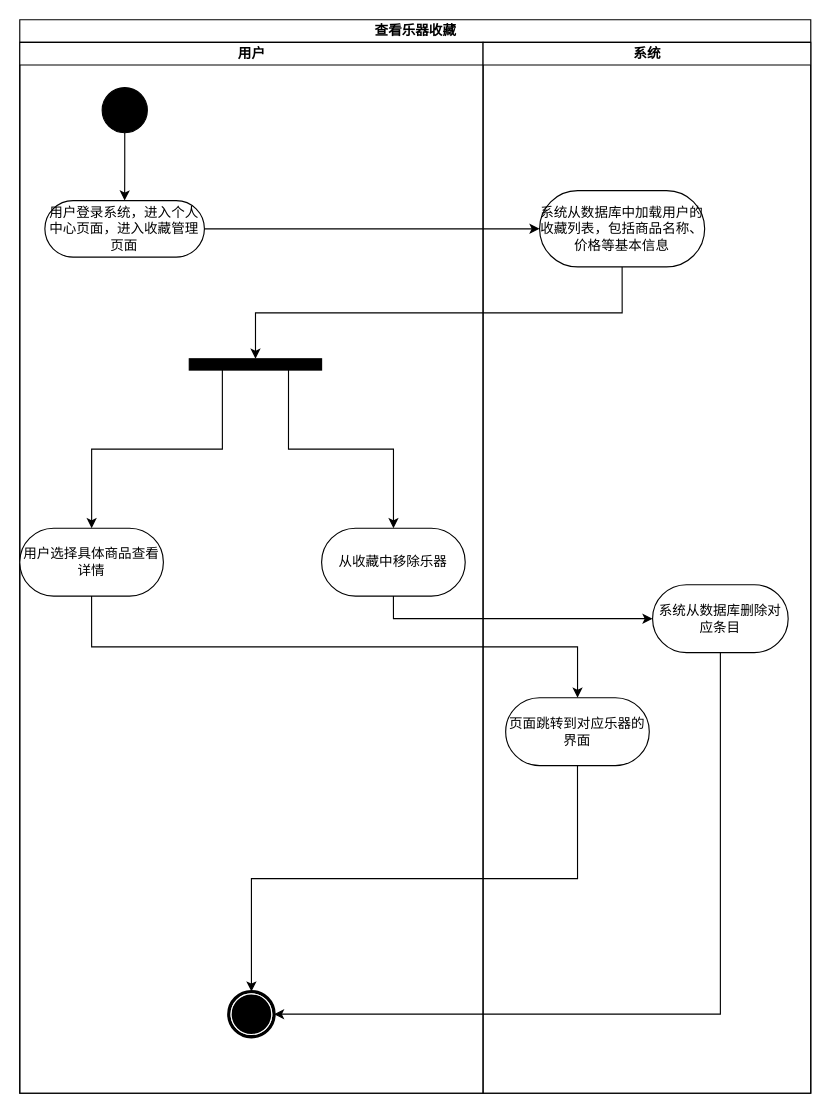
Before: page "功能建模" (1 of 2) of 文档/需求分析规约文档/三种建模/18查看乐器收藏用例建模.drawio in w1ntercube/TJ-SE-Design, a draw.io diagram. Source tidied: cells renumbered, new cells numbered last; positions are measured from the earlier drawing's top-left corner, leaving out a move shared by most shapes. Both pictures are drawn from the tidied source at 113%, with x=0, y=0 at pixel (19, 19).
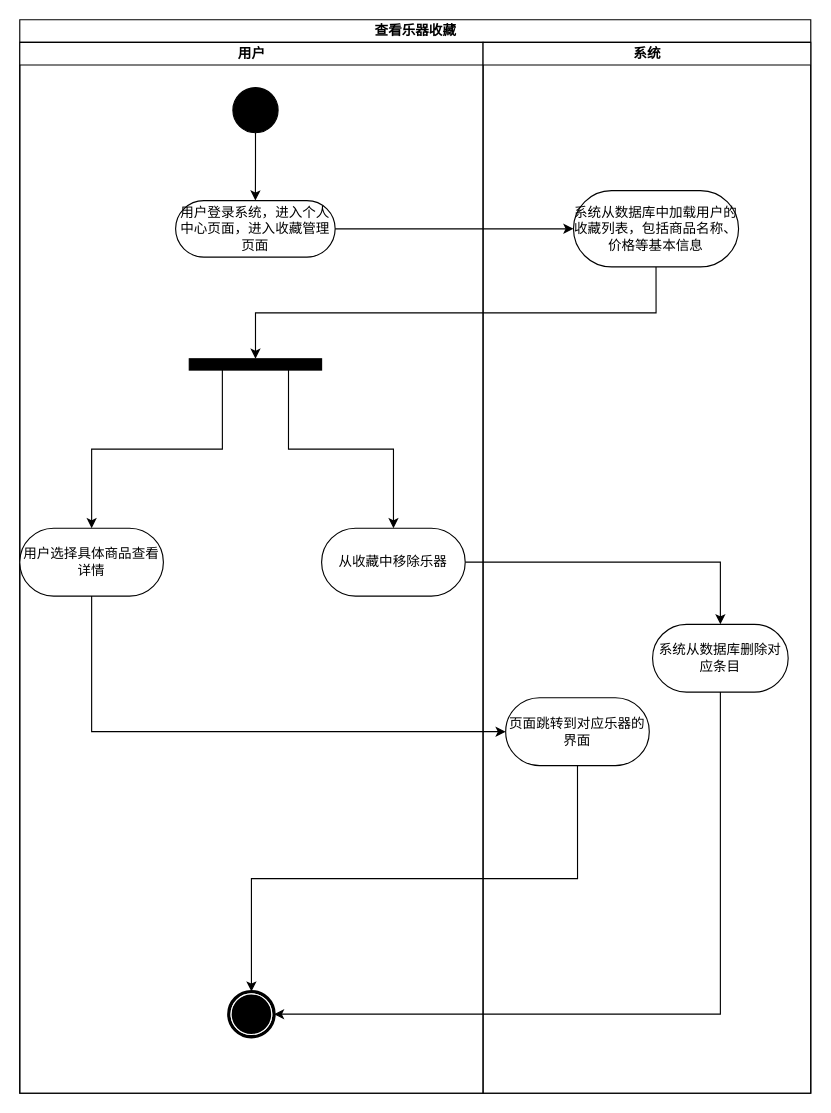
The same page after the edit.

The change refers to these unchanged cells:
```xml
<mxCell id="3" value="用户" style="swimlane;html=1;startSize=20;" parent="2" vertex="1">
  <mxGeometry y="20" width="410" height="930" as="geometry" />
</mxCell>
<mxCell id="7" value="系统" style="swimlane;html=1;startSize=20;" parent="3" vertex="1">
  <mxGeometry x="410" width="290" height="930" as="geometry" />
</mxCell>
<mxCell id="10" value="页面跳转到对应乐器的界面" style="whiteSpace=wrap;html=1;fontFamily=Verdana;rounded=1;shadow=0;comic=0;labelBackgroundColor=none;strokeWidth=1;arcSize=50;" parent="7" vertex="1">
  <mxGeometry x="20" y="580" width="127.1" height="60" as="geometry" />
</mxCell>
<mxCell id="13" value="用户选择具体商品查看详情" style="whiteSpace=wrap;html=1;fontFamily=Verdana;rounded=1;shadow=0;comic=0;labelBackgroundColor=none;strokeWidth=1;arcSize=50;" parent="3" vertex="1">
  <mxGeometry y="430" width="127.1" height="60" as="geometry" />
</mxCell>
<mxCell id="15" value="从收藏中移除乐器" style="whiteSpace=wrap;html=1;fontFamily=Verdana;rounded=1;shadow=0;comic=0;labelBackgroundColor=none;strokeWidth=1;arcSize=50;" parent="3" vertex="1">
  <mxGeometry x="267.1" y="430" width="127.1" height="60" as="geometry" />
</mxCell>
```

Diff of the diagram source:
```diff
@@
     <mxCell id="4" value="用户登录系统，进入个人中心页面，进入收藏管理页面" style="rounded=1;whiteSpace=wrap;html=1;shadow=0;comic=0;labelBackgroundColor=none;strokeWidth=1;fontFamily=Verdana;fontSize=12;align=center;arcSize=50;" parent="3" vertex="1">
-      <mxGeometry x="22.2" y="140" width="141.2" height="50" as="geometry" />
+      <mxGeometry x="137.9" y="140" width="141.2" height="50" as="geometry" />
     </mxCell>
@@
     <mxCell id="6" style="ellipse;whiteSpace=wrap;html=1;rounded=0;shadow=0;comic=0;labelBackgroundColor=none;strokeWidth=1;fillColor=#000000;fontFamily=Verdana;fontSize=12;align=center;" parent="3" vertex="1">
-      <mxGeometry x="72.9" y="40" width="40" height="40" as="geometry" />
+      <mxGeometry x="188.6" y="40" width="40" height="40" as="geometry" />
     </mxCell>
@@
     <mxCell id="8" value="系统从数据库中加载用户的收藏列表，包括商品名称、价格等基本信息" style="whiteSpace=wrap;html=1;fontFamily=Verdana;rounded=1;shadow=0;comic=0;labelBackgroundColor=none;strokeWidth=1;arcSize=50;" parent="7" vertex="1">
-      <mxGeometry x="50" y="131.2" width="146.1" height="67.5" as="geometry" />
+      <mxGeometry x="80" y="131.2" width="146.1" height="67.5" as="geometry" />
     </mxCell>
     <mxCell id="9" value="系统从数据库删除对应条目" style="whiteSpace=wrap;html=1;fontFamily=Verdana;rounded=1;shadow=0;comic=0;labelBackgroundColor=none;strokeWidth=1;arcSize=50;" parent="7" vertex="1">
-      <mxGeometry x="150" y="480" width="120" height="60" as="geometry" />
+      <mxGeometry x="150" y="515" width="120" height="60" as="geometry" />
     </mxCell>
@@
+    <mxCell id="19" style="edgeStyle=orthogonalEdgeStyle;rounded=0;jettySize=auto;html=1;entryX=0;entryY=0.5;entryDx=0;entryDy=0;" parent="3" edge="1" source="13" target="10">
+      <mxGeometry relative="1" as="geometry">
+        <Array as="points">
+          <mxPoint x="64" y="610" />
+        </Array>
+      </mxGeometry>
+    </mxCell>
@@
-    <mxCell id="14" style="edgeStyle=orthogonalEdgeStyle;rounded=0;jettySize=auto;html=1;exitX=0.5;exitY=1;exitDx=0;exitDy=0;entryX=0;entryY=0.5;entryDx=0;entryDy=0;" parent="3" edge="1" source="15" target="9">
+    <mxCell id="14" style="edgeStyle=orthogonalEdgeStyle;rounded=0;jettySize=auto;html=1;entryX=0.5;entryY=0;entryDx=0;entryDy=0;" parent="3" edge="1" source="15" target="9">
       <mxGeometry relative="1" as="geometry" />
     </mxCell>
@@
-    <mxCell id="19" style="edgeStyle=orthogonalEdgeStyle;rounded=0;jettySize=auto;html=1;exitX=0.5;exitY=1;exitDx=0;exitDy=0;" parent="3" edge="1" source="13" target="10">
-      <mxGeometry relative="1" as="geometry" />
-    </mxCell>
```
